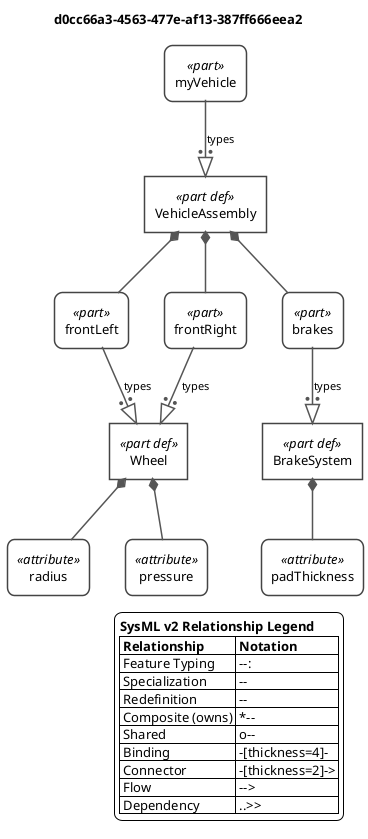
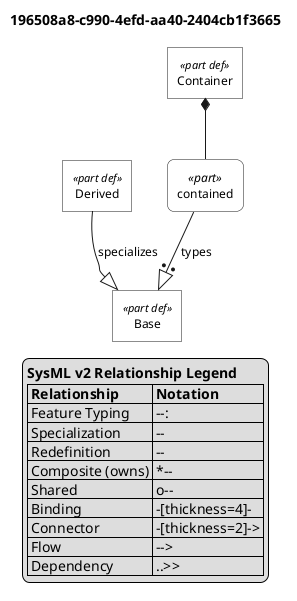
- '' Relationship Arrows
- '' Demonstrates typing (--:|>), specialization (--|>), and ownership (*--) arrows.
@startuml

- <style>
- root {
-     BackGroundColor white
-     FontName Helvetica
-     FontSize 13
- }
- rectangle {
-     LineColor #444444
-     LineThickness 1.5
-     BackgroundColor white
-     Padding 10
- }
- arrow {
-     LineColor #555555
-     LineThickness 1.5
-     FontSize 11
- }
- </style>
+ skinparam monochrome true
+ skinparam wrapWidth 300
+ skinparam defaultFontSize 12
+ skinparam defaultFontName Helvetica

- skinparam wrapWidth 400
- 
+ ' Definitions: sharp corners, plain background
skinparam rectangle<<part def>> {
    RoundCorner 0
+     BackgroundColor white
+     StereotypeFontSize 11
}
skinparam rectangle<<item def>> {
    RoundCorner 0
+     BackgroundColor white
}
skinparam rectangle<<attribute def>> {
    RoundCorner 0
+     BackgroundColor white
}
skinparam rectangle<<port def>> {
    RoundCorner 0
+     BackgroundColor white
}
skinparam rectangle<<action def>> {
    RoundCorner 0
+     BackgroundColor white
}
skinparam rectangle<<state def>> {
    RoundCorner 0
+     BackgroundColor white
}
skinparam rectangle<<requirement def>> {
    RoundCorner 0
+     BackgroundColor white
}
+ skinparam rectangle<<view def>> {
+     RoundCorner 0
+     BackgroundColor white
+ }
+ skinparam rectangle<<viewpoint def>> {
+     RoundCorner 0
+     BackgroundColor white
+ }
+ skinparam rectangle<<enumeration def>> {
+     RoundCorner 0
+     BackgroundColor white
+ }
+ 
+ ' Usages: rounded corners, plain background
skinparam rectangle<<part>> {
    RoundCorner 15
+     BackgroundColor white
}
skinparam rectangle<<item>> {
    RoundCorner 15
+     BackgroundColor white
}
skinparam rectangle<<attribute>> {
    RoundCorner 15
+     BackgroundColor white
}
skinparam rectangle<<port>> {
    RoundCorner 15
+     BackgroundColor white
}
skinparam rectangle<<action>> {
    RoundCorner 15
+     BackgroundColor white
}
skinparam rectangle<<state>> {
    RoundCorner 15
+     BackgroundColor white
}
skinparam rectangle<<requirement>> {
    RoundCorner 15
+     BackgroundColor white
}
+ skinparam rectangle<<view>> {
+     RoundCorner 15
+     BackgroundColor white
+ }
+ skinparam rectangle<<viewpoint>> {
+     RoundCorner 15
+     BackgroundColor white
+ }
+ skinparam rectangle<<enumeration>> {
+     RoundCorner 15
+     BackgroundColor white
+ }
+ 
+ ' Views as folders
skinparam folder<<view def>> {
-     BackgroundColor #F5E6FF
-     BorderColor #8E44AD
+     BackgroundColor white
}
skinparam folder<<view>> {
-     BackgroundColor #F5E6FF
-     BorderColor #8E44AD
+     BackgroundColor white
}

top to bottom direction

- title d0cc66a3-4563-477e-af13-387ff666eea2
+ title 196508a8-c990-4efd-aa40-2404cb1f3665

hide circle

- rectangle "Wheel" as E1 <<(P,#32CD32) part def>>
- rectangle "radius" as E2 <<(A,#32CD32) attribute>>
- rectangle "pressure" as E3 <<(A,#32CD32) attribute>>
- rectangle "BrakeSystem" as E4 <<(P,#32CD32) part def>>
- rectangle "padThickness" as E5 <<(A,#32CD32) attribute>>
- rectangle "VehicleAssembly" as E6 <<(P,#32CD32) part def>>
- rectangle "frontLeft" as E7 <<(P,#32CD32) part>>
- rectangle "frontRight" as E8 <<(P,#32CD32) part>>
- rectangle "brakes" as E9 <<(P,#32CD32) part>>
- rectangle "myVehicle" as E10 <<(P,#32CD32) part>>
+ rectangle "Base" as E1 <<part def>>
+ rectangle "Derived" as E2 <<part def>>
+ rectangle "Container" as E3 <<part def>>
+ rectangle "contained" as E4 <<part>>

- E1 *-- E2
- E1 *-- E3
- E4 *-- E5
- E6 *-- E7
- E7 --:|> E1 : types
- E6 *-- E8
- E8 --:|> E1 : types
- E6 *-- E9
- E9 --:|> E4 : types
- E10 --:|> E6 : types
+ E2 --|> E1 : specializes
+ E3 *-- E4
+ E4 --:|> E1 : types

legend right
  <b>SysML v2 Relationship Legend</b>
  |= Relationship |= Notation |
  | Feature Typing | --:|> |
  | Specialization | --|> |
  | Redefinition | --||> |
  | Composite (owns) | *-- |
  | Shared | o-- |
  | Binding | -[thickness=4]- |
  | Connector | -[thickness=2]-> |
  | Flow | --> |
  | Dependency | ..>> |
endlegend

@enduml